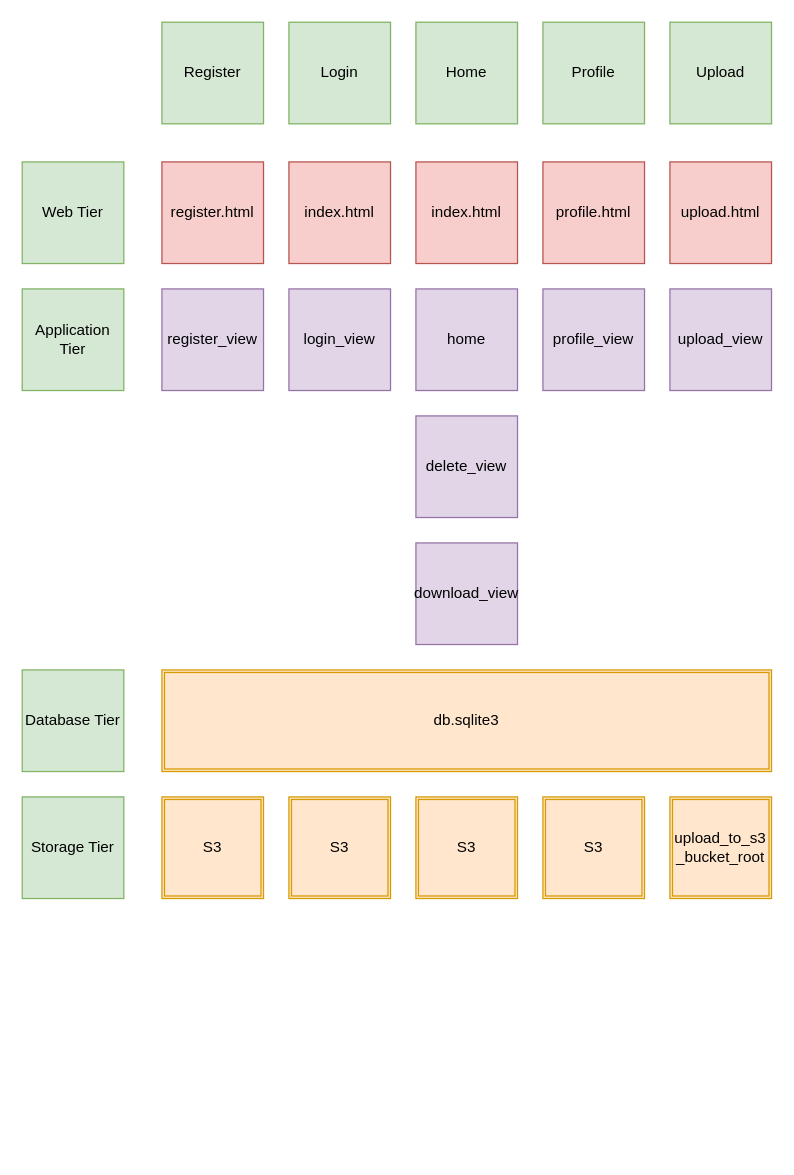
The draw.io diagram seng4620componentdiagram.drawio in TrevorDrayton03/SENG-4620-Cloud-Storage-Application, before the edit. Source tidied: cells renumbered, new cells numbered last; positions are measured from the earlier drawing's top-left corner, leaving out a move shared by most shapes. Both pictures are drawn from the tidied source at 127%, with x=0, y=0 at pixel (22, 22).
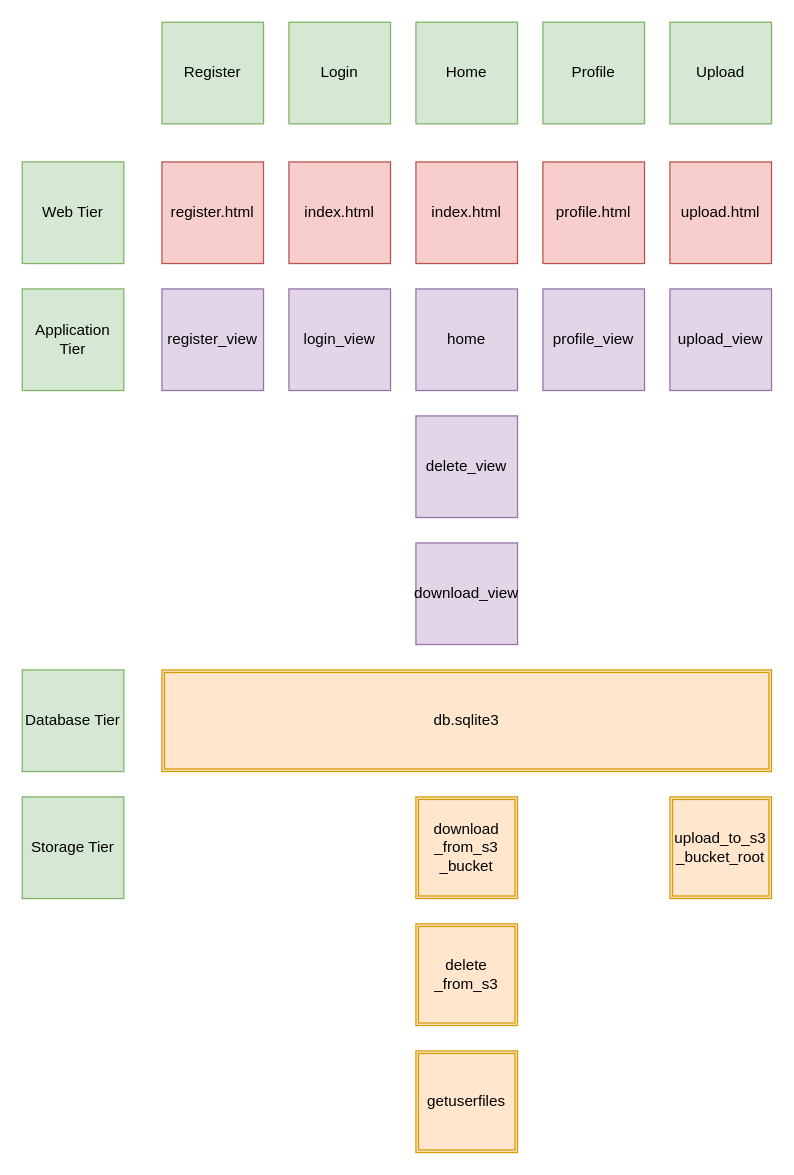
The same diagram, later.

Diff of the diagram source:
```diff
@@
-    <mxCell id="22" value="S3" style="shape=ext;double=1;whiteSpace=wrap;html=1;fillColor=#ffe6cc;strokeColor=#d79b00;" parent="1" vertex="1">
-      <mxGeometry x="110" y="610" width="80" height="80" as="geometry" />
-    </mxCell>
-    <mxCell id="23" value="S3" style="shape=ext;double=1;whiteSpace=wrap;html=1;fillColor=#ffe6cc;strokeColor=#d79b00;" parent="1" vertex="1">
+    <mxCell id="23" value="download&lt;br&gt;_from_s3&lt;br&gt;_bucket" style="shape=ext;double=1;whiteSpace=wrap;html=1;fillColor=#ffe6cc;strokeColor=#d79b00;" parent="1" vertex="1">
       <mxGeometry x="310" y="610" width="80" height="80" as="geometry" />
     </mxCell>
-    <mxCell id="24" value="S3" style="shape=ext;double=1;whiteSpace=wrap;html=1;fillColor=#ffe6cc;strokeColor=#d79b00;" parent="1" vertex="1">
-      <mxGeometry x="210" y="610" width="80" height="80" as="geometry" />
-    </mxCell>
-    <mxCell id="25" value="S3" style="shape=ext;double=1;whiteSpace=wrap;html=1;fillColor=#ffe6cc;strokeColor=#d79b00;" parent="1" vertex="1">
-      <mxGeometry x="410" y="610" width="80" height="80" as="geometry" />
-    </mxCell>
@@
+    <mxCell id="29" value="delete&lt;br&gt;_from_s3" style="shape=ext;double=1;whiteSpace=wrap;html=1;fillColor=#ffe6cc;strokeColor=#d79b00;" parent="1" vertex="1">
+      <mxGeometry x="310" y="710" width="80" height="80" as="geometry" />
+    </mxCell>
+    <mxCell id="30" value="getuserfiles" style="shape=ext;double=1;whiteSpace=wrap;html=1;fillColor=#ffe6cc;strokeColor=#d79b00;" parent="1" vertex="1">
+      <mxGeometry x="310" y="810" width="80" height="80" as="geometry" />
+    </mxCell>
```
